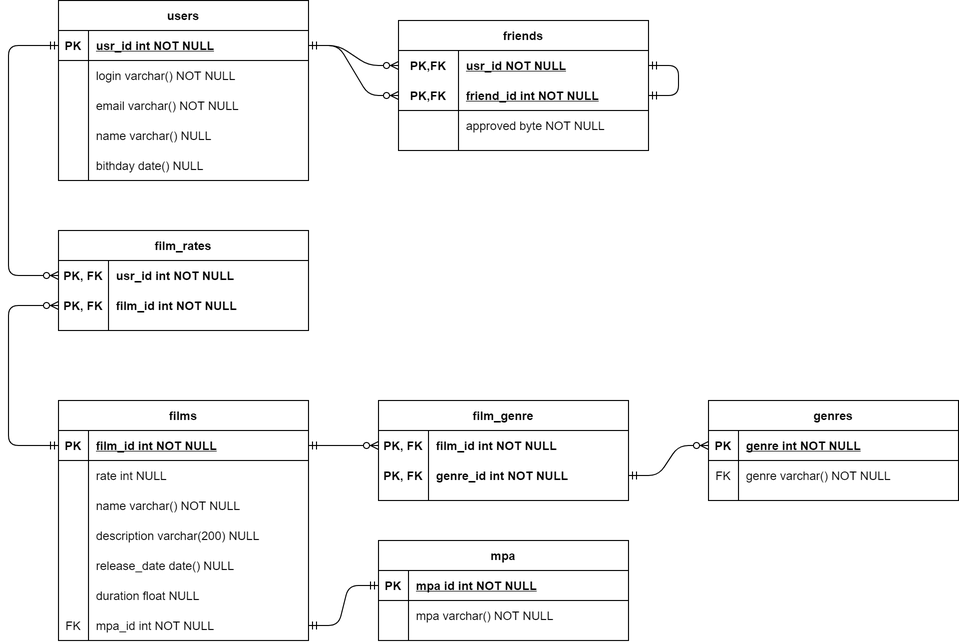
This is filmorate-erd.drawio.png from VitalyKapustin-git/java-filmorate, a draw.io export, as it was before one commit. Source tidied: cells renumbered, new cells last; positions are measured from the earlier drawing's top-left corner, leaving out a move shared by most shapes.
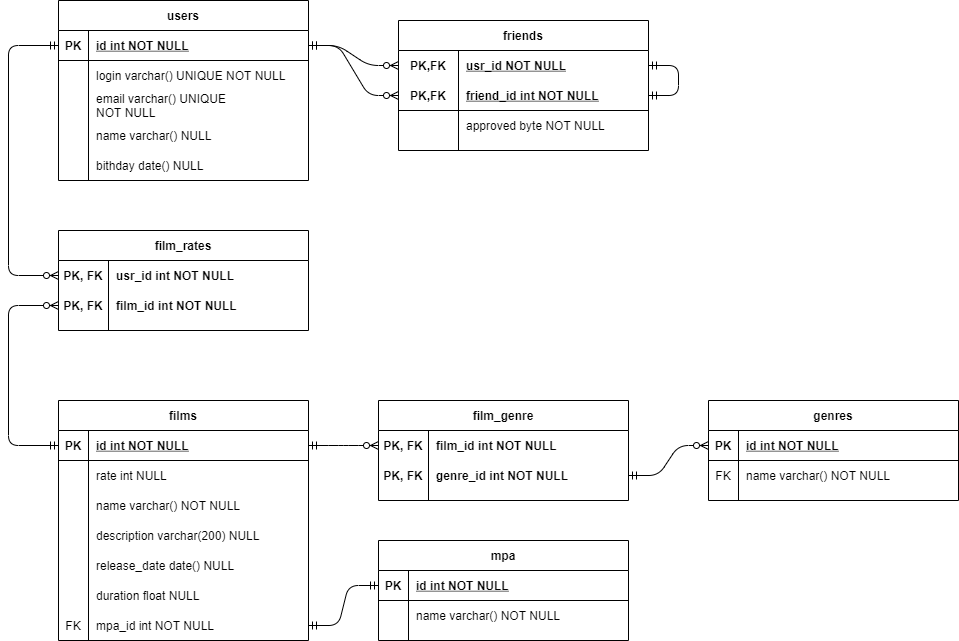
Above is the later version.

Change to the diagram source:
```diff
@@ -38,7 +38,7 @@
     <mxCell id="13" value="PK" style="shape=partialRectangle;overflow=hidden;fillColor=none;top=0;left=0;bottom=0;right=0;fontStyle=1;" parent="12" vertex="1">
       <mxGeometry width="30" height="30" as="geometry" />
     </mxCell>
-    <mxCell id="14" value="usr_id int NOT NULL " style="shape=partialRectangle;overflow=hidden;fillColor=none;top=0;left=0;bottom=0;right=0;align=left;spacingLeft=6;fontStyle=5;" parent="12" vertex="1">
+    <mxCell id="14" value="id int NOT NULL " style="shape=partialRectangle;overflow=hidden;fillColor=none;top=0;left=0;bottom=0;right=0;align=left;spacingLeft=6;fontStyle=5;" parent="12" vertex="1">
       <mxGeometry x="30" width="220" height="30" as="geometry" />
     </mxCell>
     <mxCell id="15" style="shape=partialRectangle;fillColor=none;top=0;left=0;right=0;bottom=0;" parent="11" vertex="1">
@@ -47,7 +47,7 @@
     <mxCell id="16" style="shape=partialRectangle;overflow=hidden;fillColor=none;top=0;left=0;bottom=0;right=0;" parent="15" vertex="1">
       <mxGeometry width="30" height="30" as="geometry" />
     </mxCell>
-    <mxCell id="17" value="login varchar() NOT NULL" style="shape=partialRectangle;overflow=hidden;fillColor=none;top=0;left=0;bottom=0;right=0;align=left;spacingLeft=6;" parent="15" vertex="1">
+    <mxCell id="17" value="login varchar() UNIQUE NOT NULL" style="shape=partialRectangle;overflow=hidden;fillColor=none;top=0;left=0;bottom=0;right=0;align=left;spacingLeft=6;" parent="15" vertex="1">
       <mxGeometry x="30" width="220" height="30" as="geometry" />
     </mxCell>
     <mxCell id="18" style="shape=partialRectangle;fillColor=none;top=0;left=0;right=0;bottom=0;" parent="10" vertex="1">
@@ -56,7 +56,7 @@
     <mxCell id="19" style="shape=partialRectangle;overflow=hidden;fillColor=none;top=0;left=0;bottom=0;right=0;" parent="18" vertex="1">
       <mxGeometry width="30" height="30" as="geometry" />
     </mxCell>
-    <mxCell id="20" value="email varchar() NOT NULL" style="shape=partialRectangle;overflow=hidden;fillColor=none;top=0;left=0;bottom=0;right=0;align=left;spacingLeft=6;" parent="18" vertex="1">
+    <mxCell id="20" value="email varchar() UNIQUE &#10;NOT NULL" style="shape=partialRectangle;overflow=hidden;fillColor=none;top=0;left=0;bottom=0;right=0;align=left;spacingLeft=6;" parent="18" vertex="1">
       <mxGeometry x="30" width="220" height="30" as="geometry" />
     </mxCell>
     <mxCell id="21" style="shape=partialRectangle;fillColor=none;top=0;left=0;right=0;bottom=0;" parent="10" vertex="1">
@@ -107,7 +107,7 @@
     <mxCell id="36" value="PK" style="shape=partialRectangle;overflow=hidden;fillColor=none;top=0;left=0;bottom=0;right=0;fontStyle=1;" parent="35" vertex="1">
       <mxGeometry width="30" height="30" as="geometry" />
     </mxCell>
-    <mxCell id="37" value="mpa id int NOT NULL " style="shape=partialRectangle;overflow=hidden;fillColor=none;top=0;left=0;bottom=0;right=0;align=left;spacingLeft=6;fontStyle=5;" parent="35" vertex="1">
+    <mxCell id="37" value="id int NOT NULL " style="shape=partialRectangle;overflow=hidden;fillColor=none;top=0;left=0;bottom=0;right=0;align=left;spacingLeft=6;fontStyle=5;" parent="35" vertex="1">
       <mxGeometry x="30" width="220" height="30" as="geometry" />
     </mxCell>
     <mxCell id="38" style="shape=partialRectangle;fillColor=none;top=0;left=0;right=0;bottom=0;" parent="34" vertex="1">
@@ -116,7 +116,7 @@
     <mxCell id="39" style="shape=partialRectangle;overflow=hidden;fillColor=none;top=0;left=0;bottom=0;right=0;" parent="38" vertex="1">
       <mxGeometry width="30" height="30" as="geometry" />
     </mxCell>
-    <mxCell id="40" value="mpa varchar() NOT NULL" style="shape=partialRectangle;overflow=hidden;fillColor=none;top=0;left=0;bottom=0;right=0;align=left;spacingLeft=6;" parent="38" vertex="1">
+    <mxCell id="40" value="name varchar() NOT NULL" style="shape=partialRectangle;overflow=hidden;fillColor=none;top=0;left=0;bottom=0;right=0;align=left;spacingLeft=6;" parent="38" vertex="1">
       <mxGeometry x="30" width="220" height="30" as="geometry" />
     </mxCell>
     <mxCell id="41" value="genres" style="shape=table;startSize=30;rowLines=0;fontStyle=1;align=center;" parent="1" vertex="1">
@@ -128,7 +128,7 @@
     <mxCell id="43" value="PK" style="shape=partialRectangle;overflow=hidden;fillColor=none;top=0;left=0;bottom=0;right=0;fontStyle=1;" parent="42" vertex="1">
       <mxGeometry width="30" height="30" as="geometry" />
     </mxCell>
-    <mxCell id="44" value="genre int NOT NULL " style="shape=partialRectangle;overflow=hidden;fillColor=none;top=0;left=0;bottom=0;right=0;align=left;spacingLeft=6;fontStyle=5;" parent="42" vertex="1">
+    <mxCell id="44" value="id int NOT NULL " style="shape=partialRectangle;overflow=hidden;fillColor=none;top=0;left=0;bottom=0;right=0;align=left;spacingLeft=6;fontStyle=5;" parent="42" vertex="1">
       <mxGeometry x="30" width="220" height="30" as="geometry" />
     </mxCell>
     <mxCell id="45" style="shape=partialRectangle;fillColor=none;top=0;left=0;right=0;bottom=0;" parent="41" vertex="1">
@@ -137,7 +137,7 @@
     <mxCell id="46" value="FK" style="shape=partialRectangle;overflow=hidden;fillColor=none;top=0;left=0;bottom=0;right=0;" parent="45" vertex="1">
       <mxGeometry width="30" height="30" as="geometry" />
     </mxCell>
-    <mxCell id="47" value="genre varchar() NOT NULL" style="shape=partialRectangle;overflow=hidden;fillColor=none;top=0;left=0;bottom=0;right=0;align=left;spacingLeft=6;" parent="45" vertex="1">
+    <mxCell id="47" value="name varchar() NOT NULL" style="shape=partialRectangle;overflow=hidden;fillColor=none;top=0;left=0;bottom=0;right=0;align=left;spacingLeft=6;" parent="45" vertex="1">
       <mxGeometry x="30" width="220" height="30" as="geometry" />
     </mxCell>
     <mxCell id="48" style="group;" parent="1" vertex="1">
@@ -152,7 +152,7 @@
     <mxCell id="51" value="PK" style="shape=partialRectangle;overflow=hidden;fillColor=none;top=0;left=0;bottom=0;right=0;fontStyle=1;" parent="50" vertex="1">
       <mxGeometry width="30" height="30" as="geometry" />
     </mxCell>
-    <mxCell id="52" value="film_id int NOT NULL " style="shape=partialRectangle;overflow=hidden;fillColor=none;top=0;left=0;bottom=0;right=0;align=left;spacingLeft=6;fontStyle=5;" parent="50" vertex="1">
+    <mxCell id="52" value="id int NOT NULL " style="shape=partialRectangle;overflow=hidden;fillColor=none;top=0;left=0;bottom=0;right=0;align=left;spacingLeft=6;fontStyle=5;" parent="50" vertex="1">
       <mxGeometry x="30" width="220" height="30" as="geometry" />
     </mxCell>
     <mxCell id="53" style="shape=partialRectangle;fillColor=none;top=0;left=0;right=0;bottom=0;" parent="49" vertex="1">
```
